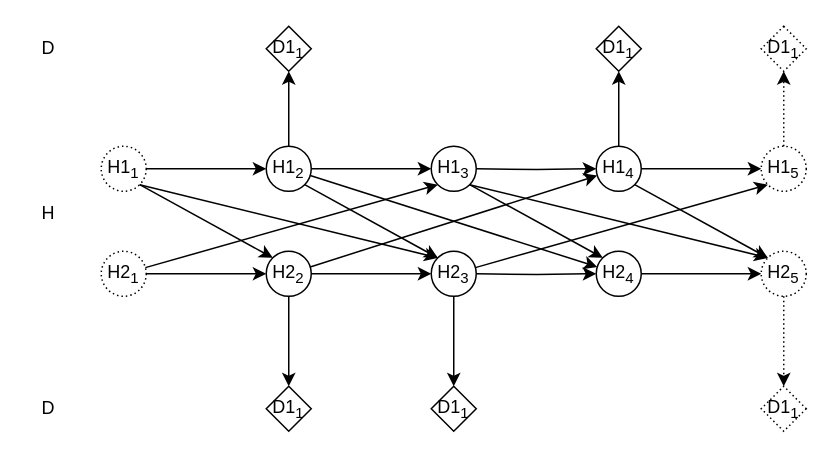
Before: ecosystemDynamics.drawio in stdupas/graphPOPLikelihood, a draw.io diagram. Source tidied: cells renumbered, new cells numbered last; positions are measured from the earlier drawing's top-left corner, leaving out a move shared by most shapes. Both pictures are drawn from the tidied source at 150%, with x=0, y=0 at pixel (26, 26).
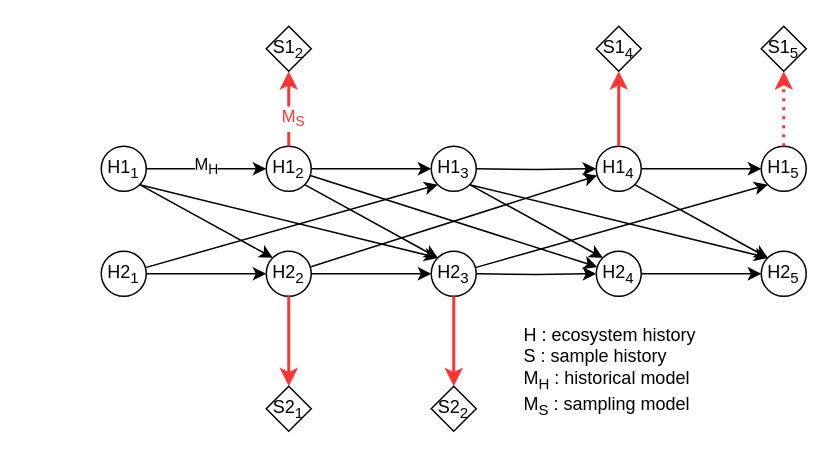
The same diagram, later.

Commit message (it also covers changes not shown here):
Mettre à jour ecosystemDynamics.drawio

Unchanged cells that the change refers to:
```xml
<mxCell id="5" value="H2&lt;sub&gt;2&lt;/sub&gt;" style="ellipse;whiteSpace=wrap;html=1;" parent="1" vertex="1">
  <mxGeometry x="160" y="150" width="30" height="30" as="geometry" />
</mxCell>
<mxCell id="6" value="H2&lt;sub&gt;3&lt;/sub&gt;" style="ellipse;whiteSpace=wrap;html=1;" parent="1" vertex="1">
  <mxGeometry x="270" y="150" width="30" height="30" as="geometry" />
</mxCell>
<mxCell id="7" style="edgeStyle=orthogonalEdgeStyle;rounded=0;jettySize=auto;html=1;" parent="1" edge="1" source="8" target="10">
  <mxGeometry relative="1" as="geometry" />
</mxCell>
<mxCell id="10" value="H1&lt;sub&gt;2&lt;/sub&gt;" style="ellipse;whiteSpace=wrap;html=1;" parent="1" vertex="1">
  <mxGeometry x="160" y="80" width="30" height="30" as="geometry" />
</mxCell>
<mxCell id="22" value="H1&lt;sub&gt;4&lt;/sub&gt;" style="ellipse;whiteSpace=wrap;html=1;" parent="1" vertex="1">
  <mxGeometry x="380" y="80" width="30" height="30" as="geometry" />
</mxCell>
```

Change to the diagram source:
```diff
@@
-    <mxCell id="3" value="H2&lt;sub&gt;1&lt;/sub&gt;" style="ellipse;whiteSpace=wrap;html=1;dashed=1;dashPattern=1 2;" parent="1" vertex="1">
+    <mxCell id="3" value="H2&lt;sub&gt;1&lt;/sub&gt;" style="ellipse;whiteSpace=wrap;html=1;" parent="1" vertex="1">
       <mxGeometry x="50" y="150" width="30" height="30" as="geometry" />
     </mxCell>
@@
+    <mxCell id="45" value="M&lt;sub&gt;H&lt;/sub&gt;" style="edgeLabel;html=1;align=center;verticalAlign=middle;" parent="7" vertex="1">
+      <mxGeometry x="-0.02" y="2" relative="1" as="geometry" />
+    </mxCell>
-    <mxCell id="8" value="H1&lt;sub&gt;1&lt;/sub&gt;" style="ellipse;whiteSpace=wrap;html=1;dashed=1;dashPattern=1 2;" parent="1" vertex="1">
+    <mxCell id="8" value="H1&lt;sub&gt;1&lt;/sub&gt;" style="ellipse;whiteSpace=wrap;html=1;" parent="1" vertex="1">
       <mxGeometry x="50" y="80" width="30" height="30" as="geometry" />
     </mxCell>
@@
-    <mxCell id="19" value="H2&lt;sub&gt;5&lt;/sub&gt;" style="ellipse;whiteSpace=wrap;html=1;dashed=1;dashPattern=1 2;" parent="1" vertex="1">
+    <mxCell id="19" value="H2&lt;sub&gt;5&lt;/sub&gt;" style="ellipse;whiteSpace=wrap;html=1;" parent="1" vertex="1">
       <mxGeometry x="490" y="150" width="30" height="30" as="geometry" />
     </mxCell>
@@
-    <mxCell id="23" value="H1&lt;sub&gt;5&lt;/sub&gt;" style="ellipse;whiteSpace=wrap;html=1;dashed=1;dashPattern=1 2;" parent="1" vertex="1">
+    <mxCell id="23" value="H1&lt;sub&gt;5&lt;/sub&gt;" style="ellipse;whiteSpace=wrap;html=1;" parent="1" vertex="1">
       <mxGeometry x="490" y="80" width="30" height="30" as="geometry" />
     </mxCell>
@@
-    <mxCell id="30" value="H" style="text;html=1;align=center;verticalAlign=middle;whiteSpace=wrap;rounded=0;" parent="1" vertex="1">
-      <mxGeometry y="110" width="30" height="30" as="geometry" />
+    <mxCell id="30" value="&lt;div&gt;H : ecosystem history&lt;/div&gt;&lt;div&gt;S : sample history&lt;/div&gt;&lt;div&gt;M&lt;sub&gt;H&lt;/sub&gt; : historical model&lt;/div&gt;&lt;div&gt;M&lt;sub&gt;S&lt;/sub&gt; : sampling model&lt;br&gt;&lt;/div&gt;" style="text;html=1;align=left;verticalAlign=middle;whiteSpace=wrap;rounded=0;" parent="1" vertex="1">
+      <mxGeometry x="330" y="200" width="190" height="60" as="geometry" />
     </mxCell>
-    <mxCell id="31" style="edgeStyle=orthogonalEdgeStyle;rounded=0;jettySize=auto;html=1;exitX=0.5;exitY=0;exitDx=0;exitDy=0;" parent="1" edge="1" source="10" target="32">
+    <mxCell id="31" style="edgeStyle=orthogonalEdgeStyle;rounded=0;jettySize=auto;html=1;exitX=0.5;exitY=0;exitDx=0;exitDy=0;fillColor=#f8cecc;strokeColor=#FF3333;strokeWidth=2;" parent="1" edge="1" source="10" target="32">
       <mxGeometry relative="1" as="geometry" />
     </mxCell>
+    <mxCell id="46" value="&lt;font color=&quot;#ff3333&quot;&gt;M&lt;sub&gt;S&lt;/sub&gt;&lt;/font&gt;" style="edgeLabel;html=1;align=center;verticalAlign=middle;" parent="31" vertex="1">
+      <mxGeometry x="-0.26" y="-2" relative="1" as="geometry" />
+    </mxCell>
-    <mxCell id="32" value="D1&lt;sub&gt;1&lt;/sub&gt;" style="rhombus;whiteSpace=wrap;html=1;" parent="1" vertex="1">
+    <mxCell id="32" value="S1&lt;sub&gt;2&lt;/sub&gt;" style="rhombus;whiteSpace=wrap;html=1;" parent="1" vertex="1">
       <mxGeometry x="160" width="30" height="30" as="geometry" />
     </mxCell>
-    <mxCell id="33" style="edgeStyle=orthogonalEdgeStyle;rounded=0;jettySize=auto;html=1;" parent="1" edge="1" source="22" target="35">
+    <mxCell id="33" style="edgeStyle=orthogonalEdgeStyle;rounded=0;jettySize=auto;html=1;fillColor=#f8cecc;strokeColor=#FF3333;strokeWidth=2;" parent="1" edge="1" source="22" target="35">
       <mxGeometry relative="1" as="geometry" />
     </mxCell>
-    <mxCell id="34" style="edgeStyle=orthogonalEdgeStyle;rounded=0;jettySize=auto;html=1;exitX=0.5;exitY=0;exitDx=0;exitDy=0;dashed=1;dashPattern=1 2;" parent="1" edge="1" source="23" target="36">
+    <mxCell id="34" style="edgeStyle=orthogonalEdgeStyle;rounded=0;jettySize=auto;html=1;exitX=0.5;exitY=0;exitDx=0;exitDy=0;dashed=1;dashPattern=1 2;fillColor=#f8cecc;strokeColor=#FF3333;strokeWidth=2;" parent="1" edge="1" source="23" target="36">
       <mxGeometry relative="1" as="geometry" />
     </mxCell>
-    <mxCell id="35" value="D1&lt;sub&gt;1&lt;/sub&gt;" style="rhombus;whiteSpace=wrap;html=1;" parent="1" vertex="1">
+    <mxCell id="35" value="S1&lt;sub&gt;4&lt;/sub&gt;" style="rhombus;whiteSpace=wrap;html=1;" parent="1" vertex="1">
       <mxGeometry x="380" width="30" height="30" as="geometry" />
     </mxCell>
-    <mxCell id="36" value="D1&lt;sub&gt;1&lt;/sub&gt;" style="rhombus;whiteSpace=wrap;html=1;dashed=1;dashPattern=1 2;" parent="1" vertex="1">
+    <mxCell id="36" value="S1&lt;sub&gt;5&lt;/sub&gt;" style="rhombus;whiteSpace=wrap;html=1;" parent="1" vertex="1">
       <mxGeometry x="490" width="30" height="30" as="geometry" />
     </mxCell>
-    <mxCell id="37" style="edgeStyle=orthogonalEdgeStyle;rounded=0;jettySize=auto;html=1;exitX=0.5;exitY=1;exitDx=0;exitDy=0;" parent="1" edge="1" source="5" target="39">
+    <mxCell id="37" style="edgeStyle=orthogonalEdgeStyle;rounded=0;jettySize=auto;html=1;exitX=0.5;exitY=1;exitDx=0;exitDy=0;fillColor=#f8cecc;strokeColor=#FF3333;strokeWidth=2;" parent="1" edge="1" source="5" target="39">
       <mxGeometry relative="1" as="geometry" />
     </mxCell>
-    <mxCell id="38" style="edgeStyle=orthogonalEdgeStyle;rounded=0;jettySize=auto;html=1;exitX=0.5;exitY=1;exitDx=0;exitDy=0;" parent="1" edge="1" source="6" target="40">
+    <mxCell id="38" style="edgeStyle=orthogonalEdgeStyle;rounded=0;jettySize=auto;html=1;exitX=0.5;exitY=1;exitDx=0;exitDy=0;fillColor=#f8cecc;strokeColor=#FF3333;strokeWidth=2;" parent="1" edge="1" source="6" target="40">
       <mxGeometry relative="1" as="geometry" />
     </mxCell>
-    <mxCell id="39" value="D1&lt;sub&gt;1&lt;/sub&gt;" style="rhombus;whiteSpace=wrap;html=1;direction=south;" parent="1" vertex="1">
+    <mxCell id="39" value="S2&lt;sub&gt;1&lt;/sub&gt;" style="rhombus;whiteSpace=wrap;html=1;direction=south;" parent="1" vertex="1">
       <mxGeometry x="160" y="240" width="30" height="30" as="geometry" />
     </mxCell>
-    <mxCell id="40" value="D1&lt;sub&gt;1&lt;/sub&gt;" style="rhombus;whiteSpace=wrap;html=1;direction=south;" parent="1" vertex="1">
+    <mxCell id="40" value="S2&lt;sub&gt;2&lt;/sub&gt;" style="rhombus;whiteSpace=wrap;html=1;direction=south;" parent="1" vertex="1">
       <mxGeometry x="270" y="240" width="30" height="30" as="geometry" />
     </mxCell>
-    <mxCell id="41" style="edgeStyle=orthogonalEdgeStyle;rounded=0;jettySize=auto;html=1;exitX=0.5;exitY=1;exitDx=0;exitDy=0;dashed=1;dashPattern=1 2;" parent="1" edge="1" source="19" target="42">
-      <mxGeometry relative="1" as="geometry" />
-    </mxCell>
-    <mxCell id="42" value="D1&lt;sub&gt;1&lt;/sub&gt;" style="rhombus;whiteSpace=wrap;html=1;direction=south;dashed=1;dashPattern=1 2;" parent="1" vertex="1">
-      <mxGeometry x="490" y="240" width="30" height="30" as="geometry" />
-    </mxCell>
-    <mxCell id="43" value="D" style="text;html=1;align=center;verticalAlign=middle;whiteSpace=wrap;rounded=0;" parent="1" vertex="1">
-      <mxGeometry y="240" width="30" height="30" as="geometry" />
-    </mxCell>
-    <mxCell id="44" value="D" style="text;html=1;align=center;verticalAlign=middle;whiteSpace=wrap;rounded=0;" parent="1" vertex="1">
-      <mxGeometry width="30" height="30" as="geometry" />
-    </mxCell>
```
